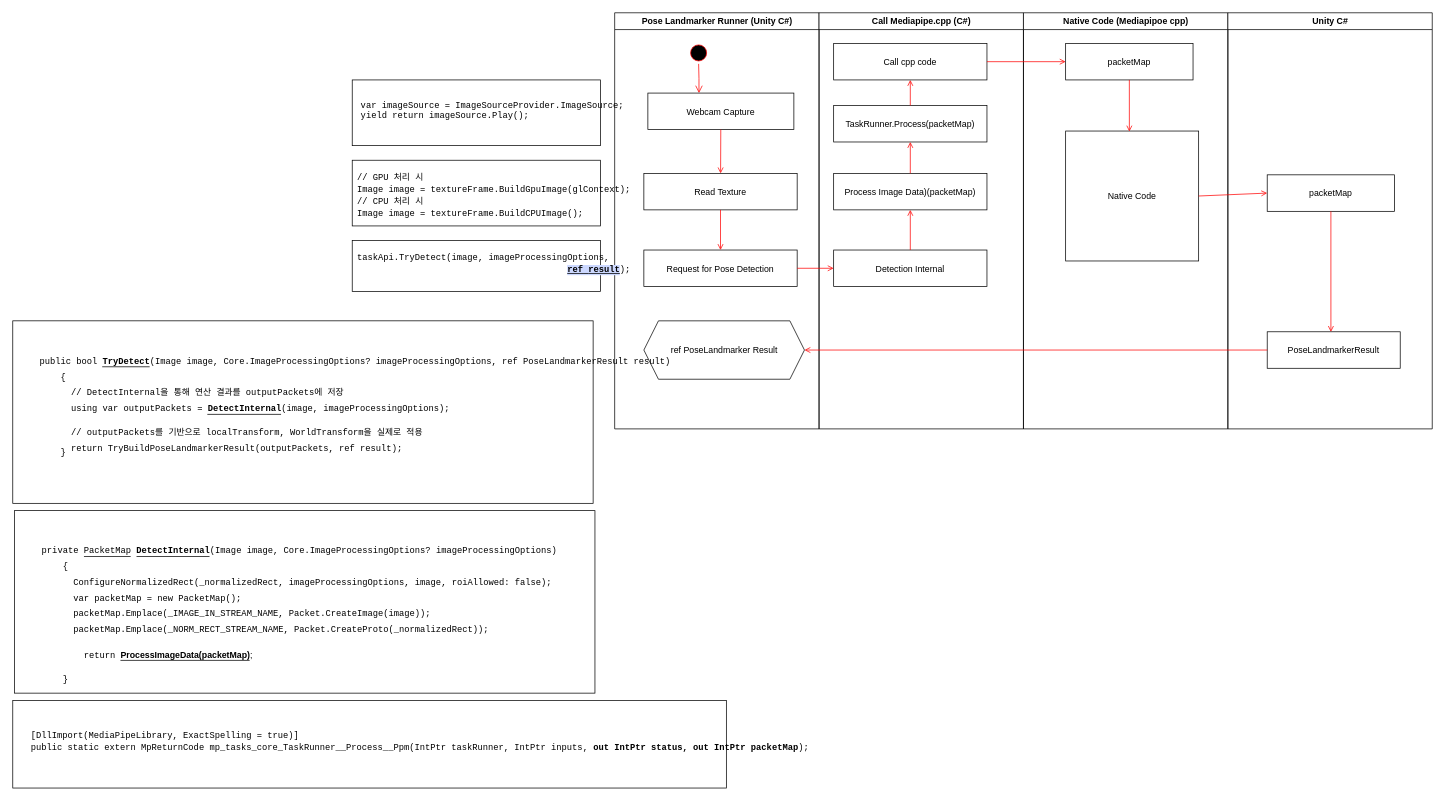
Before: MediapipeUnityPlugin_DataFlow.drawio in Ctrl-Alt-Bind/Binding-AI-XR-Alohyomora, a draw.io diagram. Source tidied: cells renumbered, new cells numbered last; positions are measured from the earlier drawing's top-left corner, leaving out a move shared by most shapes. Both pictures are drawn from the tidied source at 73%, with x=0, y=0 at pixel (12, 12).
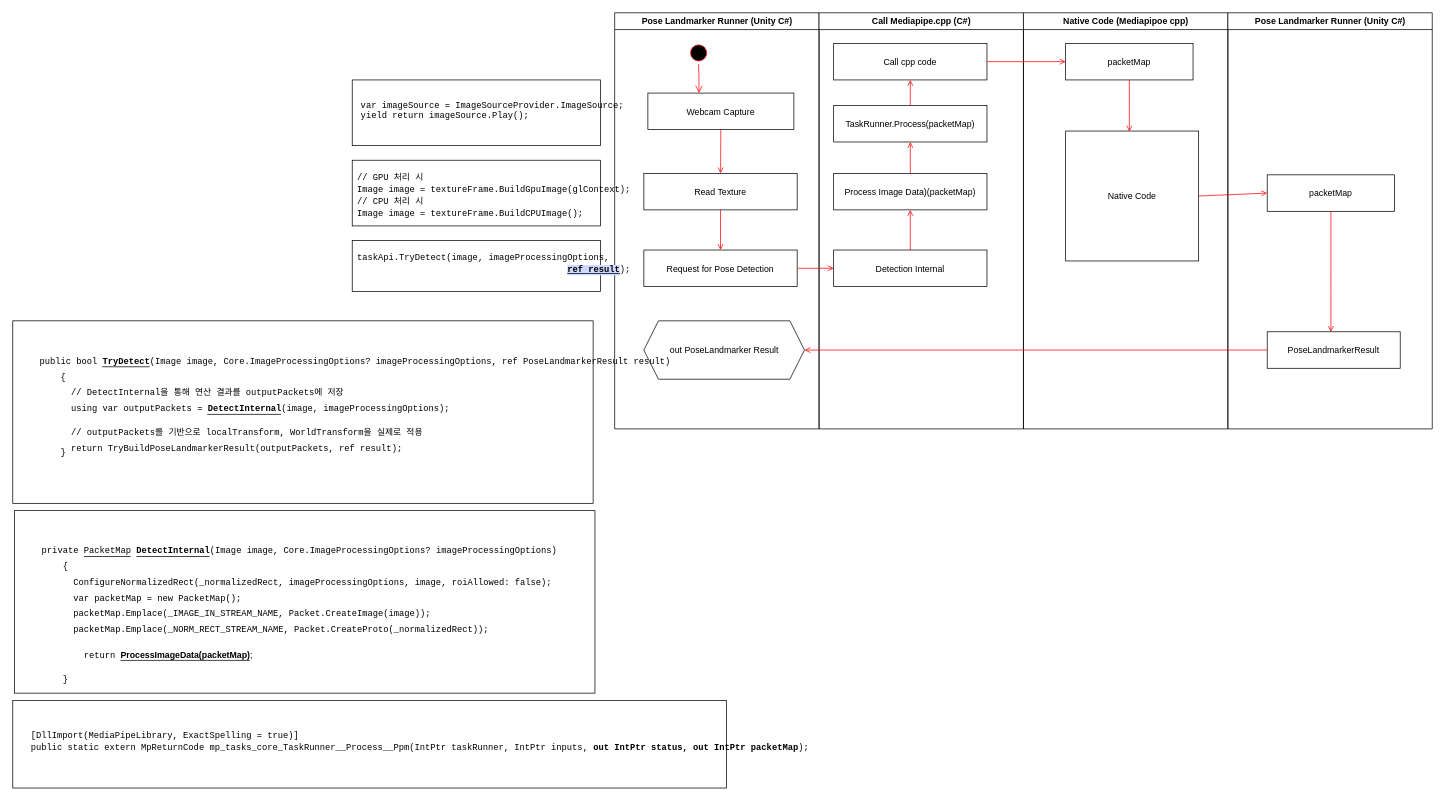
The same page after the edit.

The change refers to these unchanged cells:
```xml
<mxCell id="2" value="Pose Landmarker Runner (Unity C#)" style="swimlane;whiteSpace=wrap;" parent="1" vertex="1">
  <mxGeometry x="824.5" width="280" height="570" as="geometry" />
</mxCell>
```

What changed in the source:
```diff
@@
-    <mxCell id="10" value="ref PoseLandmarker Result" style="shape=hexagon;perimeter=hexagonPerimeter2;whiteSpace=wrap;html=1;fixedSize=1;" parent="2" vertex="1">
+    <mxCell id="10" value="out PoseLandmarker Result" style="shape=hexagon;perimeter=hexagonPerimeter2;whiteSpace=wrap;html=1;fixedSize=1;" parent="2" vertex="1">
       <mxGeometry x="40" y="422" width="220" height="80" as="geometry" />
     </mxCell>
@@
-    <mxCell id="24" value="Unity C#" style="swimlane;whiteSpace=wrap;startSize=23;" parent="1" vertex="1">
+    <mxCell id="24" value="Pose Landmarker Runner (Unity C#)" style="swimlane;whiteSpace=wrap;startSize=23;" parent="1" vertex="1">
       <mxGeometry x="1664.5" width="280" height="570" as="geometry" />
     </mxCell>
```
